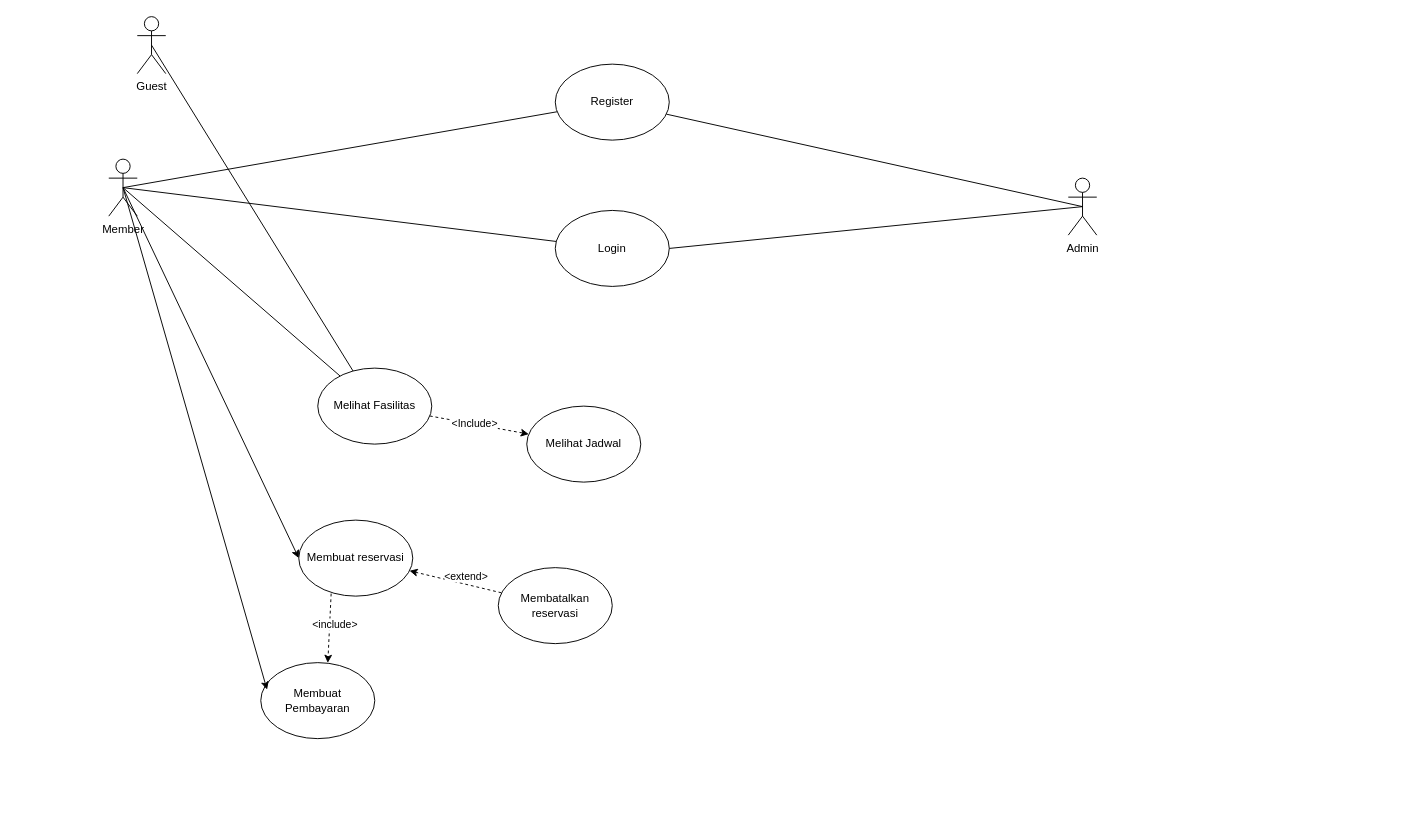
Before: diagram usecase sewain.drawio in hideyosh/flowchart, a draw.io diagram. Source tidied: cells renumbered, new cells numbered last; positions are measured from the earlier drawing's top-left corner, leaving out a move shared by most shapes. Both pictures are drawn from the tidied source at 95%, with x=0, y=0 at pixel (108, 16).
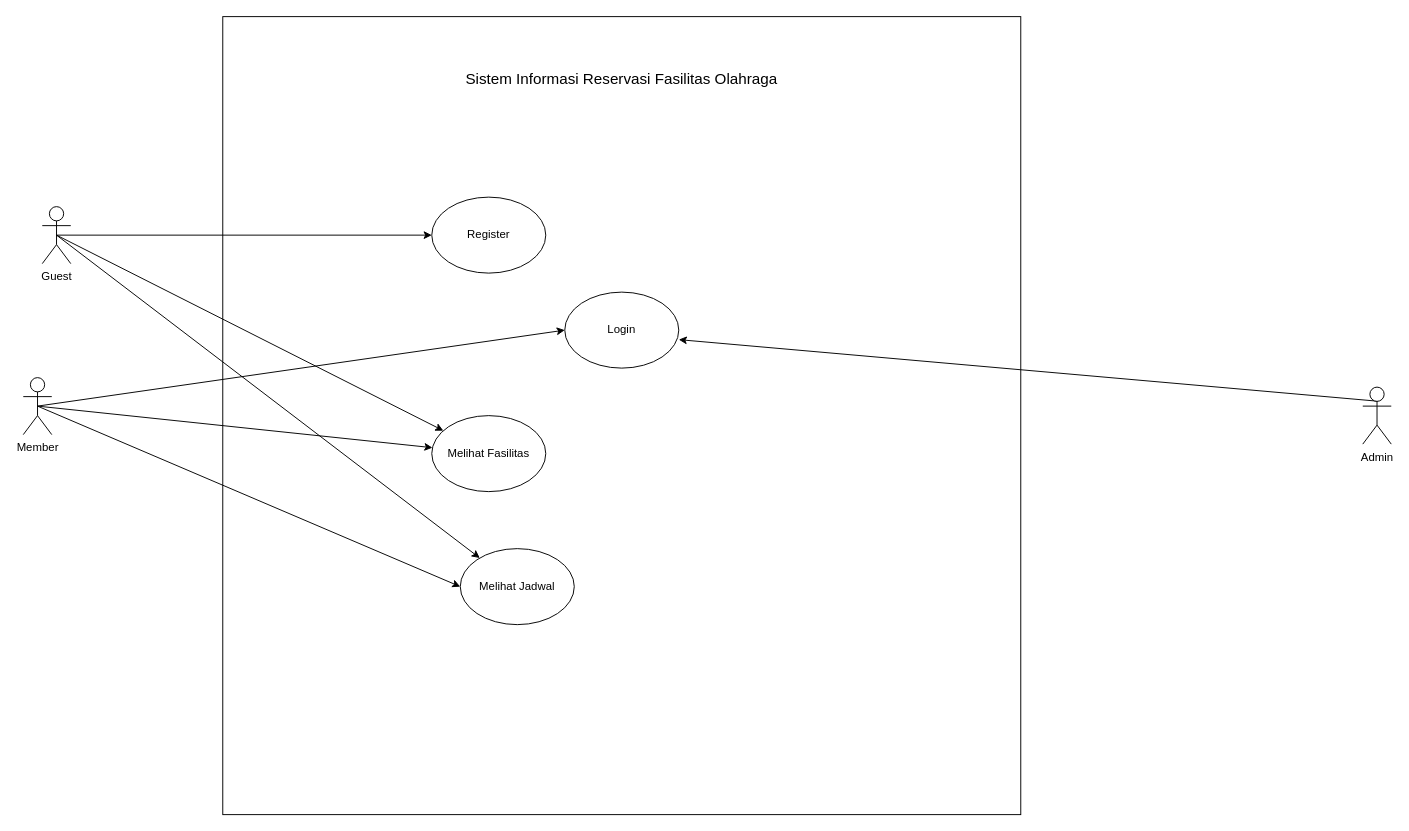
After the change.

What changed in the source:
```diff
@@
-    <mxCell id="2" style="rounded=0;jettySize=auto;html=1;exitX=0.5;exitY=0.5;exitDx=0;exitDy=0;exitPerimeter=0;endArrow=none;endFill=0;" parent="1" edge="1" source="6" target="7">
-      <mxGeometry relative="1" as="geometry" />
-    </mxCell>
-    <mxCell id="3" style="rounded=0;jettySize=auto;html=1;exitX=0.5;exitY=0.5;exitDx=0;exitDy=0;exitPerimeter=0;endArrow=none;endFill=0;" parent="1" edge="1" source="6" target="12">
-      <mxGeometry relative="1" as="geometry" />
-    </mxCell>
-    <mxCell id="4" style="rounded=0;jettySize=auto;html=1;exitX=0.5;exitY=0.5;exitDx=0;exitDy=0;exitPerimeter=0;endArrow=none;endFill=0;" parent="1" edge="1" source="6" target="14">
-      <mxGeometry relative="1" as="geometry" />
-    </mxCell>
-    <mxCell id="5" style="rounded=0;jettySize=auto;html=1;exitX=0.5;exitY=0.5;exitDx=0;exitDy=0;exitPerimeter=0;entryX=0;entryY=0.5;entryDx=0;entryDy=0;" parent="1" edge="1" source="6" target="20">
-      <mxGeometry relative="1" as="geometry" />
-    </mxCell>
-    <mxCell id="6" value="Member" style="shape=umlActor;verticalLabelPosition=bottom;verticalAlign=top;html=1;outlineConnect=0;" parent="1" vertex="1">
-      <mxGeometry y="150" width="30" height="60" as="geometry" />
-    </mxCell>
+    <mxCell id="26" style="whiteSpace=wrap;html=1;" parent="1" vertex="1">
+      <mxGeometry x="120" width="840" height="840" as="geometry" />
+    </mxCell>
+    <mxCell id="27" value="&lt;font style=&quot;font-size: 16px;&quot;&gt;Sistem Informasi Reservasi Fasilitas Olahraga&lt;/font&gt;" style="text;html=1;whiteSpace=wrap;strokeColor=none;fillColor=none;align=center;verticalAlign=middle;rounded=0;" parent="1" vertex="1">
+      <mxGeometry x="305" y="50" width="470" height="30" as="geometry" />
+    </mxCell>
     <mxCell id="7" value="Register" style="ellipse;whiteSpace=wrap;html=1;" parent="1" vertex="1">
-      <mxGeometry x="470" y="50" width="120" height="80" as="geometry" />
+      <mxGeometry x="340" y="190" width="120" height="80" as="geometry" />
     </mxCell>
-    <mxCell id="8" style="rounded=0;jettySize=auto;html=1;dashed=1;endArrow=classic;endFill=1;" parent="1" edge="1" source="12" target="13">
-      <mxGeometry relative="1" as="geometry" />
-    </mxCell>
-    <mxCell id="9" value="&amp;lt;Include&amp;gt;" style="edgeLabel;html=1;align=center;verticalAlign=middle;" parent="8" vertex="1">
-      <mxGeometry x="-0.1" y="-1" relative="1" as="geometry">
-        <mxPoint y="-3" as="offset" />
-      </mxGeometry>
-    </mxCell>
-    <mxCell id="10" style="rounded=0;jettySize=auto;html=1;dashed=1;exitX=0.284;exitY=0.967;exitDx=0;exitDy=0;exitPerimeter=0;entryX=0.588;entryY=0.003;entryDx=0;entryDy=0;entryPerimeter=0;" parent="1" edge="1" source="20" target="24">
-      <mxGeometry relative="1" as="geometry" />
-    </mxCell>
-    <mxCell id="11" value="&amp;lt;include&amp;gt;" style="edgeLabel;html=1;align=center;verticalAlign=middle;" parent="10" vertex="1">
-      <mxGeometry x="0.16" y="1" relative="1" as="geometry">
-        <mxPoint x="4" y="-10" as="offset" />
-      </mxGeometry>
-    </mxCell>
+    <mxCell id="14" value="Login" style="ellipse;whiteSpace=wrap;html=1;" parent="1" vertex="1">
+      <mxGeometry x="480" y="290" width="120" height="80" as="geometry" />
+    </mxCell>
     <mxCell id="12" value="Melihat Fasilitas" style="ellipse;whiteSpace=wrap;html=1;" parent="1" vertex="1">
-      <mxGeometry x="220" y="370" width="120" height="80" as="geometry" />
+      <mxGeometry x="340" y="420" width="120" height="80" as="geometry" />
     </mxCell>
     <mxCell id="13" value="Melihat Jadwal" style="ellipse;whiteSpace=wrap;html=1;" parent="1" vertex="1">
-      <mxGeometry x="440" y="410" width="120" height="80" as="geometry" />
+      <mxGeometry x="370" y="560" width="120" height="80" as="geometry" />
     </mxCell>
-    <mxCell id="14" value="Login" style="ellipse;whiteSpace=wrap;html=1;" parent="1" vertex="1">
-      <mxGeometry x="470" y="204" width="120" height="80" as="geometry" />
-    </mxCell>
-    <mxCell id="15" style="rounded=0;jettySize=auto;html=1;exitX=0.5;exitY=0.5;exitDx=0;exitDy=0;exitPerimeter=0;endArrow=none;endFill=0;" parent="1" edge="1" source="17" target="7">
-      <mxGeometry relative="1" as="geometry" />
-    </mxCell>
-    <mxCell id="16" style="rounded=0;jettySize=auto;html=1;exitX=0.5;exitY=0.5;exitDx=0;exitDy=0;exitPerimeter=0;entryX=1;entryY=0.5;entryDx=0;entryDy=0;endArrow=none;endFill=0;" parent="1" edge="1" source="17" target="14">
-      <mxGeometry relative="1" as="geometry" />
-    </mxCell>
+    <mxCell id="4" style="rounded=0;jettySize=auto;html=1;exitX=0.5;exitY=0.5;exitDx=0;exitDy=0;exitPerimeter=0;entryX=0;entryY=0.5;entryDx=0;entryDy=0;" parent="1" edge="1" source="6" target="14">
+      <mxGeometry relative="1" as="geometry" />
+    </mxCell>
+    <mxCell id="3" style="rounded=0;jettySize=auto;html=1;exitX=0.5;exitY=0.5;exitDx=0;exitDy=0;exitPerimeter=0;" parent="1" edge="1" source="6" target="12">
+      <mxGeometry relative="1" as="geometry" />
+    </mxCell>
+    <mxCell id="28" style="rounded=0;jettySize=auto;html=1;exitX=0.5;exitY=0.5;exitDx=0;exitDy=0;exitPerimeter=0;entryX=0;entryY=0.5;entryDx=0;entryDy=0;" parent="1" edge="1" source="6" target="13">
+      <mxGeometry relative="1" as="geometry" />
+    </mxCell>
+    <mxCell id="6" value="Member" style="shape=umlActor;verticalLabelPosition=bottom;verticalAlign=top;html=1;outlineConnect=0;" parent="1" vertex="1">
+      <mxGeometry x="-90" y="380" width="30" height="60" as="geometry" />
+    </mxCell>
+    <mxCell id="29" style="rounded=0;orthogonalLoop=1;jettySize=auto;html=1;exitX=0.5;exitY=0.5;exitDx=0;exitDy=0;exitPerimeter=0;" parent="1" edge="1">
+      <mxGeometry relative="1" as="geometry">
+        <mxPoint x="1335.5" y="404.8" as="sourcePoint" />
+        <mxPoint x="600" y="340" as="targetPoint" />
+      </mxGeometry>
+    </mxCell>
     <mxCell id="17" value="Admin" style="shape=umlActor;verticalLabelPosition=bottom;verticalAlign=top;html=1;outlineConnect=0;" parent="1" vertex="1">
-      <mxGeometry x="1010" y="170" width="30" height="60" as="geometry" />
+      <mxGeometry x="1320" y="390" width="30" height="60" as="geometry" />
     </mxCell>
-    <mxCell id="18" style="rounded=0;jettySize=auto;html=1;endArrow=none;endFill=0;dashed=1;startArrow=classic;startFill=1;" parent="1" edge="1" source="20" target="21">
-      <mxGeometry relative="1" as="geometry" />
-    </mxCell>
-    <mxCell id="19" value="&amp;lt;extend&amp;gt;" style="edgeLabel;html=1;align=center;verticalAlign=middle;" parent="18" vertex="1">
-      <mxGeometry x="0.17" y="3" relative="1" as="geometry">
-        <mxPoint x="2" y="-5" as="offset" />
-      </mxGeometry>
-    </mxCell>
-    <mxCell id="20" value="Membuat reservasi" style="ellipse;whiteSpace=wrap;html=1;" parent="1" vertex="1">
-      <mxGeometry x="200" y="530" width="120" height="80" as="geometry" />
-    </mxCell>
-    <mxCell id="21" value="Membatalkan reservasi" style="ellipse;whiteSpace=wrap;html=1;" parent="1" vertex="1">
-      <mxGeometry x="410" y="580" width="120" height="80" as="geometry" />
-    </mxCell>
+    <mxCell id="30" style="rounded=0;jettySize=auto;html=1;exitX=0.5;exitY=0.5;exitDx=0;exitDy=0;exitPerimeter=0;" parent="1" edge="1" source="23" target="7">
+      <mxGeometry relative="1" as="geometry" />
+    </mxCell>
-    <mxCell id="22" style="rounded=0;jettySize=auto;html=1;endArrow=none;endFill=0;exitX=0.5;exitY=0.5;exitDx=0;exitDy=0;exitPerimeter=0;" parent="1" edge="1" source="23" target="12">
+    <mxCell id="22" style="rounded=0;jettySize=auto;html=1;exitX=0.5;exitY=0.5;exitDx=0;exitDy=0;exitPerimeter=0;" parent="1" edge="1" source="23" target="12">
       <mxGeometry relative="1" as="geometry" />
     </mxCell>
+    <mxCell id="31" style="rounded=0;jettySize=auto;html=1;exitX=0.5;exitY=0.5;exitDx=0;exitDy=0;exitPerimeter=0;" parent="1" edge="1" source="23" target="13">
+      <mxGeometry relative="1" as="geometry" />
+    </mxCell>
     <mxCell id="23" value="Guest" style="shape=umlActor;verticalLabelPosition=bottom;verticalAlign=top;html=1;outlineConnect=0;" parent="1" vertex="1">
-      <mxGeometry x="30" width="30" height="60" as="geometry" />
+      <mxGeometry x="-70" y="200" width="30" height="60" as="geometry" />
     </mxCell>
-    <mxCell id="24" value="Membuat Pembayaran" style="ellipse;whiteSpace=wrap;html=1;" parent="1" vertex="1">
-      <mxGeometry x="160" y="680" width="120" height="80" as="geometry" />
-    </mxCell>
-    <mxCell id="25" style="rounded=0;jettySize=auto;html=1;exitX=0.5;exitY=0.5;exitDx=0;exitDy=0;exitPerimeter=0;entryX=0.055;entryY=0.355;entryDx=0;entryDy=0;entryPerimeter=0;" parent="1" edge="1" source="6" target="24">
-      <mxGeometry relative="1" as="geometry" />
-    </mxCell>
```
